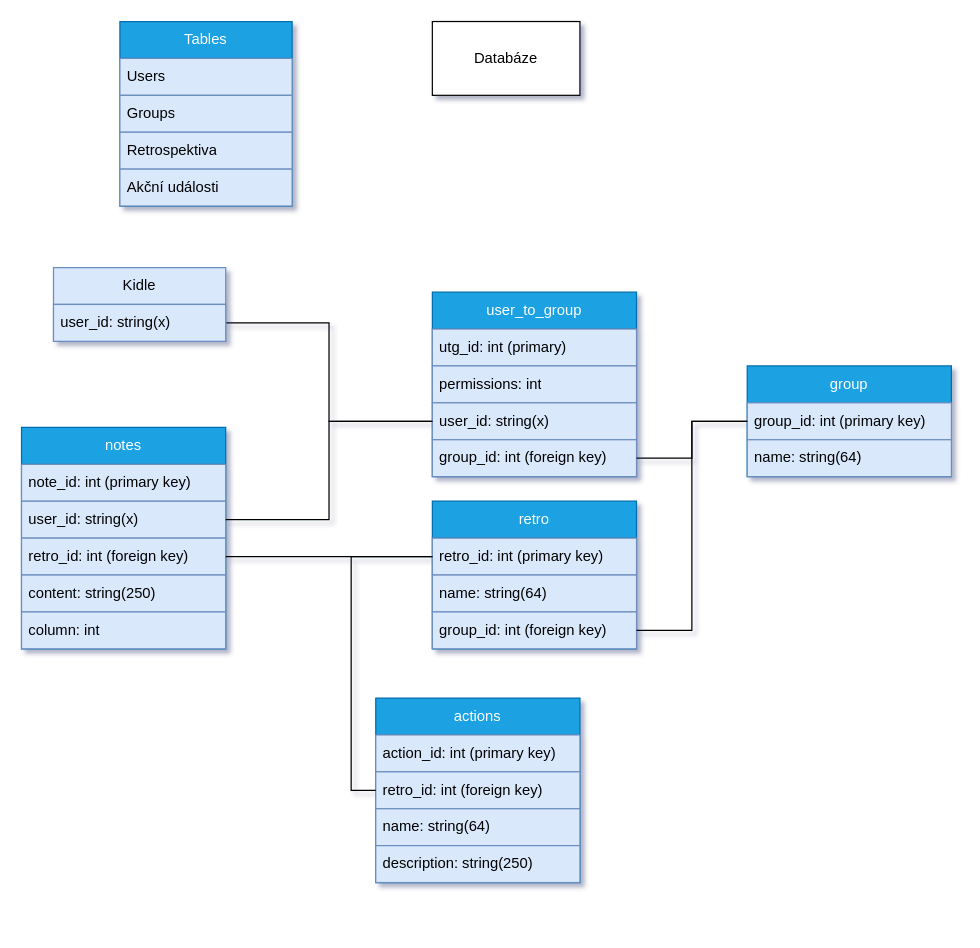
ProjNull/Praeteritum keeps this draw.io diagram as backend/app/database/schemes/Praeterium.drawio. Above is the earlier version. Source tidied: cells renumbered, new cells numbered last; positions are measured from the earlier drawing's top-left corner, leaving out a move shared by most shapes. Both pictures are drawn from the tidied source at 123%, with x=0, y=0 at pixel (21, 21).
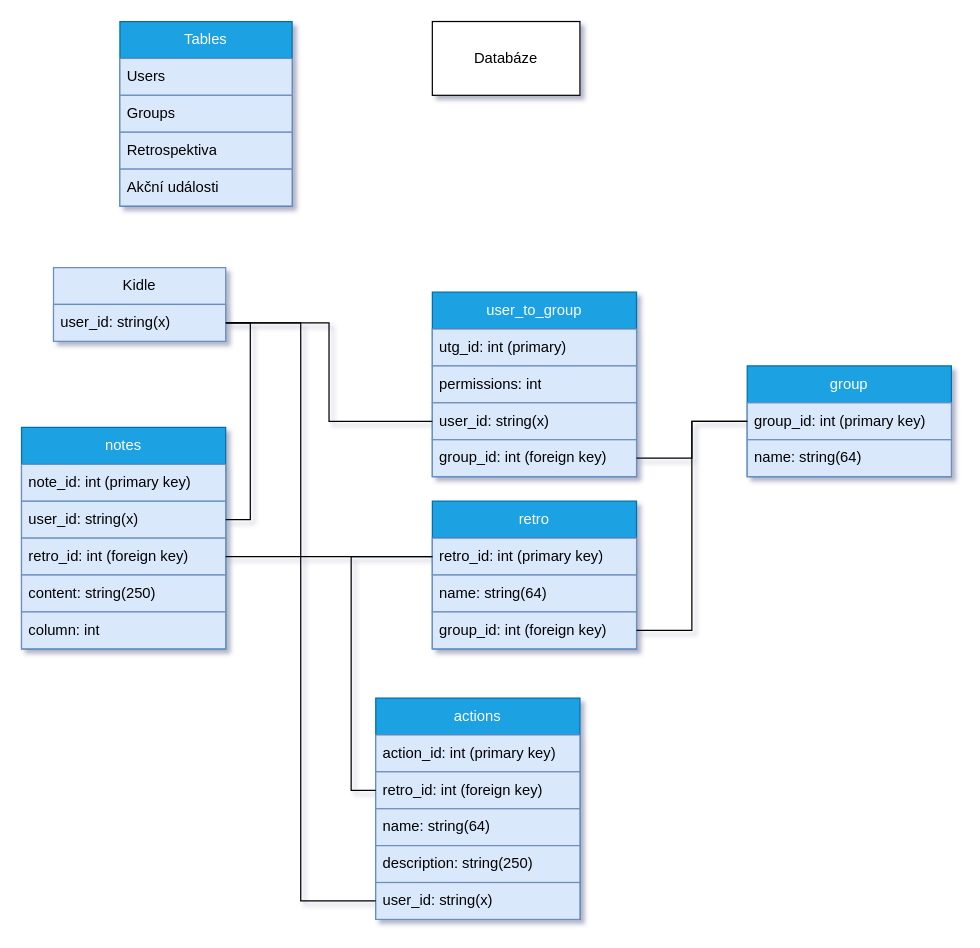
After the change.

The change refers to these unchanged cells:
```xml
<mxCell id="11" value="user_id: string(x)" style="text;strokeColor=#6c8ebf;fillColor=#dae8fc;align=left;verticalAlign=middle;spacingLeft=4;spacingRight=4;overflow=hidden;points=[[0,0.5],[1,0.5]];portConstraint=eastwest;whiteSpace=wrap;html=1;" parent="8" vertex="1">
  <mxGeometry y="90" width="166" height="30" as="geometry" />
</mxCell>
<mxCell id="31" value="user_id: string(x)" style="text;strokeColor=#6c8ebf;fillColor=#dae8fc;align=left;verticalAlign=middle;spacingLeft=4;spacingRight=4;overflow=hidden;points=[[0,0.5],[1,0.5]];portConstraint=eastwest;whiteSpace=wrap;html=1;" parent="29" vertex="1">
  <mxGeometry y="60" width="166" height="30" as="geometry" />
</mxCell>
<mxCell id="36" value="Kidle" style="swimlane;fontStyle=0;horizontal=1;startSize=30;whiteSpace=wrap;html=1;fillColor=#dae8fc;strokeColor=#6c8ebf;" parent="1" vertex="1">
  <mxGeometry x="26" y="200" width="140" height="60" as="geometry" />
</mxCell>
<mxCell id="37" value="&lt;span style=&quot;text-align: center;&quot;&gt;user_id: string(x)&lt;/span&gt;" style="text;strokeColor=#6c8ebf;fillColor=#dae8fc;align=left;verticalAlign=middle;spacingLeft=4;spacingRight=4;overflow=hidden;points=[[0,0.5],[1,0.5]];portConstraint=eastwest;whiteSpace=wrap;html=1;" parent="36" vertex="1">
  <mxGeometry y="30" width="140" height="30" as="geometry" />
</mxCell>
```

The edit, as a diff of the source:
```diff
@@
     <mxCell id="18" value="actions" style="swimlane;fontStyle=0;horizontal=1;startSize=30;whiteSpace=wrap;html=1;fillColor=#1ba1e2;fontColor=#ffffff;strokeColor=#006EAF;" parent="1" vertex="1">
-      <mxGeometry x="288" y="550" width="166" height="150" as="geometry" />
+      <mxGeometry x="288" y="550" width="166" height="180" as="geometry" />
     </mxCell>
@@
+    <mxCell id="39" value="user_id: string(x)" style="text;strokeColor=#6c8ebf;fillColor=#dae8fc;align=left;verticalAlign=middle;spacingLeft=4;spacingRight=4;overflow=hidden;points=[[0,0.5],[1,0.5]];portConstraint=eastwest;whiteSpace=wrap;html=1;" parent="18" vertex="1">
+      <mxGeometry y="150" width="166" height="30" as="geometry" />
+    </mxCell>
@@
-    <mxCell id="38" style="edgeStyle=orthogonalEdgeStyle;rounded=0;jettySize=auto;html=1;entryX=0;entryY=0.5;entryDx=0;entryDy=0;startArrow=none;startFill=0;endArrow=none;endFill=0;" parent="1" edge="1" source="31" target="11">
+    <mxCell id="38" style="edgeStyle=orthogonalEdgeStyle;rounded=0;jettySize=auto;html=1;entryX=1;entryY=0.75;entryDx=0;entryDy=0;startArrow=none;startFill=0;endArrow=none;endFill=0;" parent="1" edge="1" source="31" target="36">
       <mxGeometry relative="1" as="geometry" />
     </mxCell>
+    <mxCell id="40" style="edgeStyle=orthogonalEdgeStyle;rounded=0;jettySize=auto;html=1;startArrow=none;startFill=0;endArrow=none;endFill=0;" parent="1" edge="1" source="39" target="37">
+      <mxGeometry relative="1" as="geometry" />
+    </mxCell>
```
